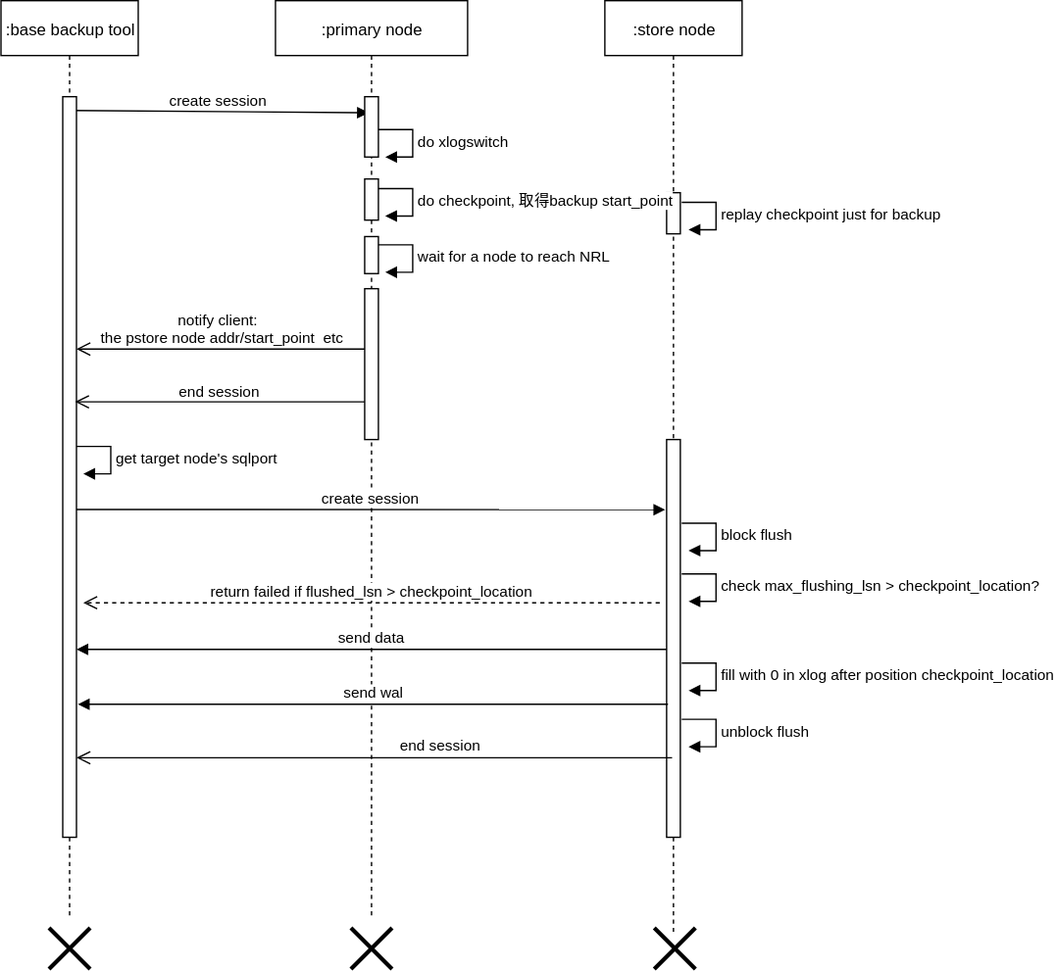
simbahebinbo/smallfat.github.io keeps this draw.io diagram as attachments/1648606565569.drawio.svg. Above is the earlier version. Source tidied: cells renumbered, new cells last; positions are measured from the earlier drawing's top-left corner, leaving out a move shared by most shapes.
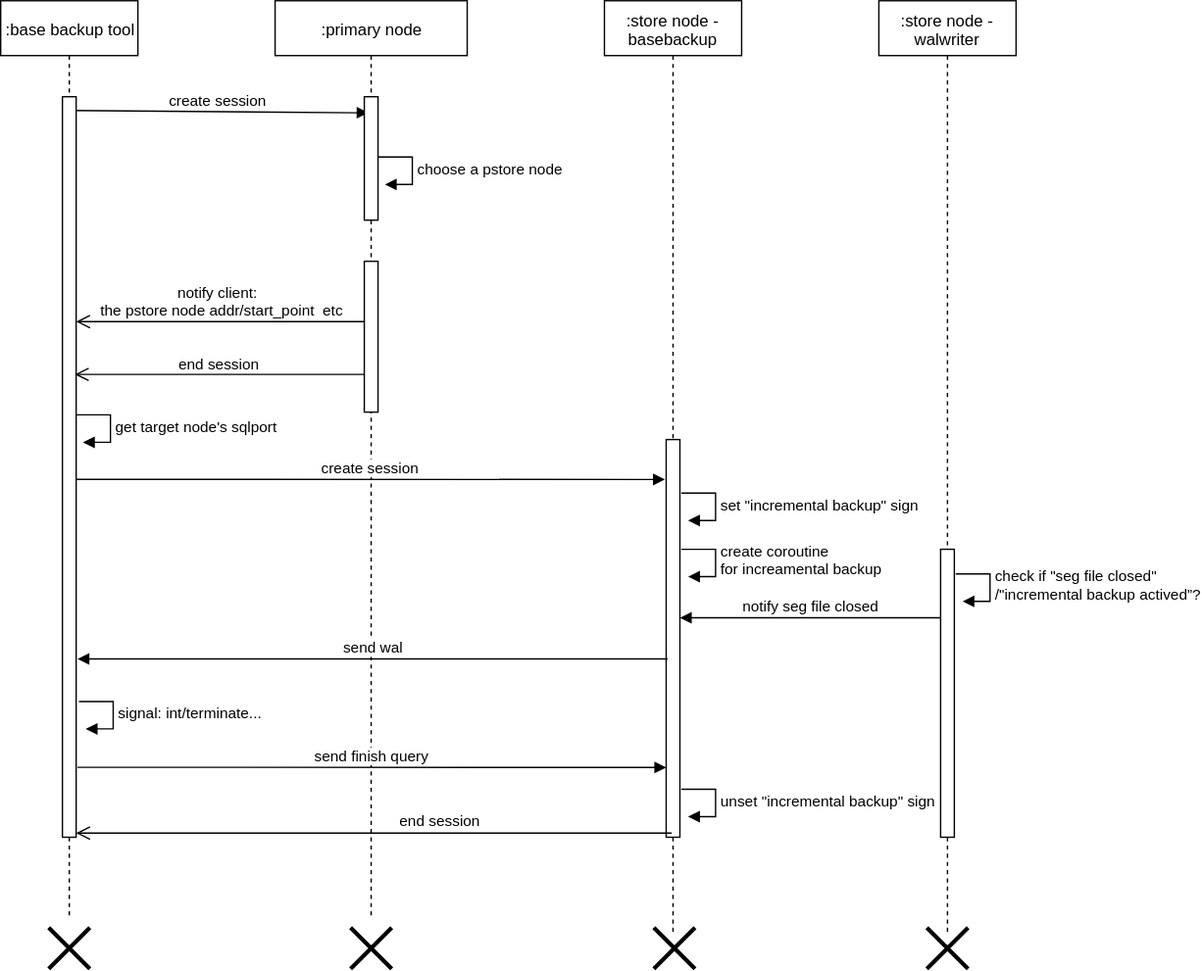
After the change.

Commit message:
添加附件 : attachments/1648606565569.drawio.svg

What changed in the source:
```diff
@@ -19,155 +19,136 @@
     <mxCell id="6" value=":primary node" style="html=1;points=[];perimeter=orthogonalPerimeter;shape=umlLifeline;participant=label;fontFamily=Helvetica;fontSize=12;fontColor=#000000;align=center;strokeColor=#000000;fillColor=#ffffff;" parent="1" vertex="1">
       <mxGeometry x="200" width="140" height="670" as="geometry" />
     </mxCell>
-    <mxCell id="7" style="html=1;perimeter=orthogonalPerimeter;" parent="6" vertex="1">
-      <mxGeometry x="65" y="130" width="10" height="30" as="geometry" />
-    </mxCell>
-    <mxCell id="8" value="do xlogswitch" style="edgeStyle=orthogonalEdgeStyle;html=1;align=left;spacingLeft=2;endArrow=block;rounded=0;entryX=1;entryY=0;" parent="6" edge="1">
+    <mxCell id="8" value="choose a pstore node" style="edgeStyle=orthogonalEdgeStyle;html=1;align=left;spacingLeft=2;endArrow=block;rounded=0;entryX=1;entryY=0;" parent="6" edge="1">
       <mxGeometry relative="1" as="geometry">
-        <mxPoint x="75" y="94" as="sourcePoint" />
-        <mxPoint x="80" y="114" as="targetPoint" />
+        <mxPoint x="75" y="114" as="sourcePoint" />
+        <mxPoint x="80" y="134" as="targetPoint" />
         <Array as="points">
-          <mxPoint x="100" y="94" />
+          <mxPoint x="100" y="114" />
         </Array>
       </mxGeometry>
     </mxCell>
     <mxCell id="9" style="html=1;perimeter=orthogonalPerimeter;" parent="6" vertex="1">
-      <mxGeometry x="65" y="210" width="10" height="110" as="geometry" />
+      <mxGeometry x="65" y="190" width="10" height="110" as="geometry" />
     </mxCell>
     <mxCell id="10" style="shape=umlDestroy;whiteSpace=wrap;html=1;strokeWidth=3;" parent="6" vertex="1">
       <mxGeometry x="55" y="676" width="30" height="30" as="geometry" />
     </mxCell>
     <mxCell id="11" style="html=1;perimeter=orthogonalPerimeter;" parent="6" vertex="1">
-      <mxGeometry x="65" y="70" width="10" height="44" as="geometry" />
+      <mxGeometry x="65" y="70" width="10" height="90" as="geometry" />
     </mxCell>
-    <mxCell id="12" value=":store node" style="shape=umlLifeline;perimeter=lifelinePerimeter;whiteSpace=wrap;html=1;" parent="1" vertex="1">
+    <mxCell id="12" value=":store node - basebackup" style="shape=umlLifeline;perimeter=lifelinePerimeter;whiteSpace=wrap;html=1;" parent="1" vertex="1">
       <mxGeometry x="440" width="100" height="680" as="geometry" />
     </mxCell>
     <mxCell id="13" style="html=1;perimeter=orthogonalPerimeter;" parent="12" vertex="1">
       <mxGeometry x="45" y="320" width="10" height="290" as="geometry" />
     </mxCell>
-    <mxCell id="14" style="html=1;perimeter=orthogonalPerimeter;" parent="12" vertex="1">
-      <mxGeometry x="45" y="140" width="10" height="30" as="geometry" />
-    </mxCell>
     <mxCell id="15" value="notify client:&amp;nbsp;&lt;br&gt;&amp;nbsp;the pstore node addr/start_point&amp;nbsp; etc" style="html=1;verticalAlign=bottom;endArrow=open;endSize=8;exitX=0;exitY=0.95;" parent="1" edge="1">
       <mxGeometry relative="1" as="geometry">
-        <mxPoint x="265" y="254" as="sourcePoint" />
-        <mxPoint x="55" y="254" as="targetPoint" />
+        <mxPoint x="265" y="234" as="sourcePoint" />
+        <mxPoint x="55" y="234" as="targetPoint" />
       </mxGeometry>
     </mxCell>
-    <mxCell id="16" value="send data" style="html=1;verticalAlign=bottom;endArrow=block;" parent="1" edge="1">
-      <mxGeometry relative="1" as="geometry">
-        <mxPoint x="485" y="473" as="sourcePoint" />
-        <mxPoint x="55" y="473" as="targetPoint" />
-      </mxGeometry>
-    </mxCell>
     <mxCell id="17" value="create session" style="html=1;verticalAlign=bottom;endArrow=block;entryX=-0.1;entryY=0.076;entryDx=0;entryDy=0;entryPerimeter=0;exitX=1;exitY=0.4;exitDx=0;exitDy=0;exitPerimeter=0;" parent="1" edge="1">
       <mxGeometry relative="1" as="geometry">
-        <mxPoint x="55" y="371" as="sourcePoint" />
-        <mxPoint x="484" y="371.1" as="targetPoint" />
+        <mxPoint x="55" y="349" as="sourcePoint" />
+        <mxPoint x="484" y="349.1" as="targetPoint" />
       </mxGeometry>
     </mxCell>
     <mxCell id="18" value="send wal" style="html=1;verticalAlign=bottom;endArrow=block;" parent="1" edge="1">
       <mxGeometry relative="1" as="geometry">
-        <mxPoint x="486" y="513" as="sourcePoint" />
-        <mxPoint x="56" y="513" as="targetPoint" />
+        <mxPoint x="486" y="480" as="sourcePoint" />
+        <mxPoint x="56" y="480" as="targetPoint" />
       </mxGeometry>
     </mxCell>
     <mxCell id="19" value="end session" style="html=1;verticalAlign=bottom;endArrow=open;endSize=8;" parent="1" edge="1">
       <mxGeometry relative="1" as="geometry">
-        <mxPoint x="265" y="292.5" as="sourcePoint" />
-        <mxPoint x="54" y="292.5" as="targetPoint" />
+        <mxPoint x="265" y="272.5" as="sourcePoint" />
+        <mxPoint x="54" y="272.5" as="targetPoint" />
       </mxGeometry>
     </mxCell>
     <mxCell id="20" value="end session" style="html=1;verticalAlign=bottom;endArrow=open;endSize=8;" parent="1" edge="1">
       <mxGeometry x="-0.22" y="-1" relative="1" as="geometry">
-        <mxPoint x="489" y="552" as="sourcePoint" />
-        <mxPoint x="55" y="552" as="targetPoint" />
+        <mxPoint x="489" y="607" as="sourcePoint" />
+        <mxPoint x="55" y="607" as="targetPoint" />
       </mxGeometry>
     </mxCell>
     <mxCell id="21" style="shape=umlDestroy;whiteSpace=wrap;html=1;strokeWidth=3;" parent="1" vertex="1">
       <mxGeometry x="476" y="676" width="30" height="30" as="geometry" />
     </mxCell>
-    <mxCell id="22" value="do checkpoint, 取得backup start_point" style="edgeStyle=orthogonalEdgeStyle;html=1;align=left;spacingLeft=2;endArrow=block;rounded=0;entryX=1;entryY=0;" parent="1" edge="1">
-      <mxGeometry relative="1" as="geometry">
-        <mxPoint x="275" y="137" as="sourcePoint" />
-        <mxPoint x="280" y="157" as="targetPoint" />
-        <Array as="points">
-          <mxPoint x="300" y="137" />
-        </Array>
-      </mxGeometry>
-    </mxCell>
-    <mxCell id="23" style="html=1;perimeter=orthogonalPerimeter;" parent="1" vertex="1">
-      <mxGeometry x="265" y="172" width="10" height="27" as="geometry" />
-    </mxCell>
-    <mxCell id="24" value="wait for a node to reach NRL" style="edgeStyle=orthogonalEdgeStyle;html=1;align=left;spacingLeft=2;endArrow=block;rounded=0;entryX=1;entryY=0;" parent="1" edge="1">
-      <mxGeometry relative="1" as="geometry">
-        <mxPoint x="275" y="178" as="sourcePoint" />
-        <mxPoint x="280" y="198" as="targetPoint" />
-        <Array as="points">
-          <mxPoint x="300" y="178" />
-        </Array>
-      </mxGeometry>
-    </mxCell>
     <mxCell id="25" value="get target node's sqlport" style="edgeStyle=orthogonalEdgeStyle;html=1;align=left;spacingLeft=2;endArrow=block;rounded=0;entryX=1;entryY=0;" parent="1" edge="1">
       <mxGeometry relative="1" as="geometry">
-        <mxPoint x="55" y="325" as="sourcePoint" />
-        <mxPoint x="60" y="345" as="targetPoint" />
+        <mxPoint x="55" y="302" as="sourcePoint" />
+        <mxPoint x="60" y="322" as="targetPoint" />
         <Array as="points">
-          <mxPoint x="80" y="325" />
+          <mxPoint x="80" y="302" />
         </Array>
       </mxGeometry>
     </mxCell>
-    <mxCell id="26" value="replay checkpoint just for backup" style="edgeStyle=orthogonalEdgeStyle;html=1;align=left;spacingLeft=2;endArrow=block;rounded=0;entryX=1;entryY=0;" parent="1" edge="1">
-      <mxGeometry relative="1" as="geometry">
-        <mxPoint x="496" y="147" as="sourcePoint" />
-        <mxPoint x="501" y="167" as="targetPoint" />
-        <Array as="points">
-          <mxPoint x="521" y="147" />
-        </Array>
-      </mxGeometry>
-    </mxCell>
-    <mxCell id="27" value="check max_flushing_lsn &amp;gt; checkpoint_location?" style="edgeStyle=orthogonalEdgeStyle;html=1;align=left;spacingLeft=2;endArrow=block;rounded=0;entryX=1;entryY=0;" parent="1" edge="1">
-      <mxGeometry relative="1" as="geometry">
-        <mxPoint x="496" y="418" as="sourcePoint" />
-        <mxPoint x="501" y="438" as="targetPoint" />
-        <Array as="points">
-          <mxPoint x="521" y="418" />
-        </Array>
-      </mxGeometry>
-    </mxCell>
-    <mxCell id="28" value="block flush" style="edgeStyle=orthogonalEdgeStyle;html=1;align=left;spacingLeft=2;endArrow=block;rounded=0;entryX=1;entryY=0;" parent="1" edge="1">
+    <mxCell id="28" value="create coroutine &lt;br&gt;for increamental backup" style="edgeStyle=orthogonalEdgeStyle;html=1;align=left;spacingLeft=2;endArrow=block;rounded=0;entryX=1;entryY=0;" parent="1" edge="1">
       <mxGeometry relative="1" as="geometry">
-        <mxPoint x="496" y="381" as="sourcePoint" />
-        <mxPoint x="501" y="401" as="targetPoint" />
+        <mxPoint x="496" y="400" as="sourcePoint" />
+        <mxPoint x="501" y="420" as="targetPoint" />
         <Array as="points">
-          <mxPoint x="521" y="381" />
+          <mxPoint x="521" y="400" />
         </Array>
       </mxGeometry>
     </mxCell>
-    <mxCell id="29" value="return failed if flushed_lsn &amp;gt; checkpoint_location" style="html=1;verticalAlign=bottom;endArrow=open;dashed=1;endSize=8;" parent="1" edge="1">
-      <mxGeometry relative="1" as="geometry">
-        <mxPoint x="480" y="439" as="sourcePoint" />
-        <mxPoint x="60" y="439" as="targetPoint" />
-      </mxGeometry>
-    </mxCell>
-    <mxCell id="30" value="unblock flush" style="edgeStyle=orthogonalEdgeStyle;html=1;align=left;spacingLeft=2;endArrow=block;rounded=0;entryX=1;entryY=0;" parent="1" edge="1">
-      <mxGeometry relative="1" as="geometry">
-        <mxPoint x="496" y="524" as="sourcePoint" />
-        <mxPoint x="501" y="544" as="targetPoint" />
-        <Array as="points">
-          <mxPoint x="521" y="524" />
-        </Array>
-      </mxGeometry>
-    </mxCell>
-    <mxCell id="31" value="fill with 0 in xlog after position checkpoint_location" style="edgeStyle=orthogonalEdgeStyle;html=1;align=left;spacingLeft=2;endArrow=block;rounded=0;entryX=1;entryY=0;" parent="1" edge="1">
-      <mxGeometry relative="1" as="geometry">
-        <mxPoint x="496" y="483" as="sourcePoint" />
-        <mxPoint x="501" y="503" as="targetPoint" />
-        <Array as="points">
-          <mxPoint x="521" y="483" />
-        </Array>
-      </mxGeometry>
-    </mxCell>
+    <mxCell id="32" value=":store node - walwriter" style="shape=umlLifeline;perimeter=lifelinePerimeter;whiteSpace=wrap;html=1;" parent="1" vertex="1">
+      <mxGeometry x="640" width="100" height="680" as="geometry" />
+    </mxCell>
+    <mxCell id="33" style="html=1;points=[];perimeter=orthogonalPerimeter;" parent="32" vertex="1">
+      <mxGeometry x="45" y="400" width="10" height="210" as="geometry" />
+    </mxCell>
+    <mxCell id="34" value="check if &quot;seg file closed&quot;&lt;br&gt;/&quot;incremental backup actived”?" style="edgeStyle=orthogonalEdgeStyle;html=1;align=left;spacingLeft=2;endArrow=block;rounded=0;entryX=1;entryY=0;" parent="1" edge="1">
+      <mxGeometry relative="1" as="geometry">
+        <mxPoint x="696" y="418" as="sourcePoint" />
+        <mxPoint x="701" y="438" as="targetPoint" />
+        <Array as="points">
+          <mxPoint x="721" y="418" />
+        </Array>
+      </mxGeometry>
+    </mxCell>
+    <mxCell id="35" value="notify seg file closed" style="html=1;verticalAlign=bottom;endArrow=block;" parent="1" edge="1" source="33">
+      <mxGeometry relative="1" as="geometry">
+        <mxPoint x="495" y="450" as="targetPoint" />
+      </mxGeometry>
+    </mxCell>
+    <mxCell id="36" value="send finish query" style="html=1;verticalAlign=bottom;endArrow=block;entryX=-0.1;entryY=0.076;entryDx=0;entryDy=0;entryPerimeter=0;exitX=1;exitY=0.4;exitDx=0;exitDy=0;exitPerimeter=0;" parent="1" edge="1">
+      <mxGeometry relative="1" as="geometry">
+        <mxPoint x="56" y="559" as="sourcePoint" />
+        <mxPoint x="485" y="559.1" as="targetPoint" />
+      </mxGeometry>
+    </mxCell>
+    <mxCell id="37" value="signal: int/terminate..." style="edgeStyle=orthogonalEdgeStyle;html=1;align=left;spacingLeft=2;endArrow=block;rounded=0;entryX=1;entryY=0;" parent="1" edge="1">
+      <mxGeometry relative="1" as="geometry">
+        <mxPoint x="57" y="511" as="sourcePoint" />
+        <mxPoint x="62" y="531" as="targetPoint" />
+        <Array as="points">
+          <mxPoint x="82" y="511" />
+        </Array>
+      </mxGeometry>
+    </mxCell>
+    <mxCell id="38" value="set &quot;incremental backup&quot; sign" style="edgeStyle=orthogonalEdgeStyle;html=1;align=left;spacingLeft=2;endArrow=block;rounded=0;entryX=1;entryY=0;" parent="1" edge="1">
+      <mxGeometry relative="1" as="geometry">
+        <mxPoint x="496" y="359" as="sourcePoint" />
+        <mxPoint x="501" y="379" as="targetPoint" />
+        <Array as="points">
+          <mxPoint x="521" y="359" />
+        </Array>
+      </mxGeometry>
+    </mxCell>
+    <mxCell id="39" value="unset &quot;incremental backup&quot; sign" style="edgeStyle=orthogonalEdgeStyle;html=1;align=left;spacingLeft=2;endArrow=block;rounded=0;entryX=1;entryY=0;" parent="1" edge="1">
+      <mxGeometry relative="1" as="geometry">
+        <mxPoint x="496" y="575" as="sourcePoint" />
+        <mxPoint x="501" y="595" as="targetPoint" />
+        <Array as="points">
+          <mxPoint x="521" y="575" />
+        </Array>
+      </mxGeometry>
+    </mxCell>
+    <mxCell id="40" style="shape=umlDestroy;whiteSpace=wrap;html=1;strokeWidth=3;" parent="1" vertex="1">
+      <mxGeometry x="675" y="676" width="30" height="30" as="geometry" />
+    </mxCell>
   </root>
 </mxGraphModel>
```
